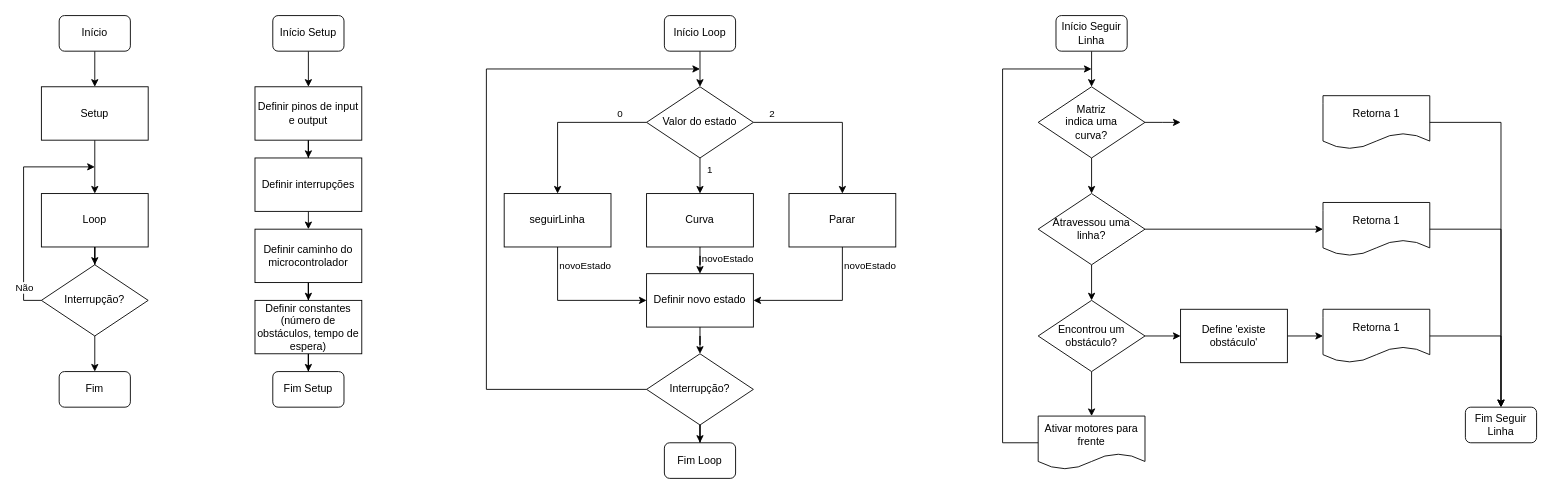
Before: GB/Fluxograma.drawio in Arthur-Fetter/unisinos-microcontroladores, a draw.io diagram. Source tidied: cells renumbered, new cells numbered last; positions are measured from the earlier drawing's top-left corner, leaving out a move shared by most shapes. Both pictures are drawn from the tidied source at 89%, with x=0, y=0 at pixel (23, 15).
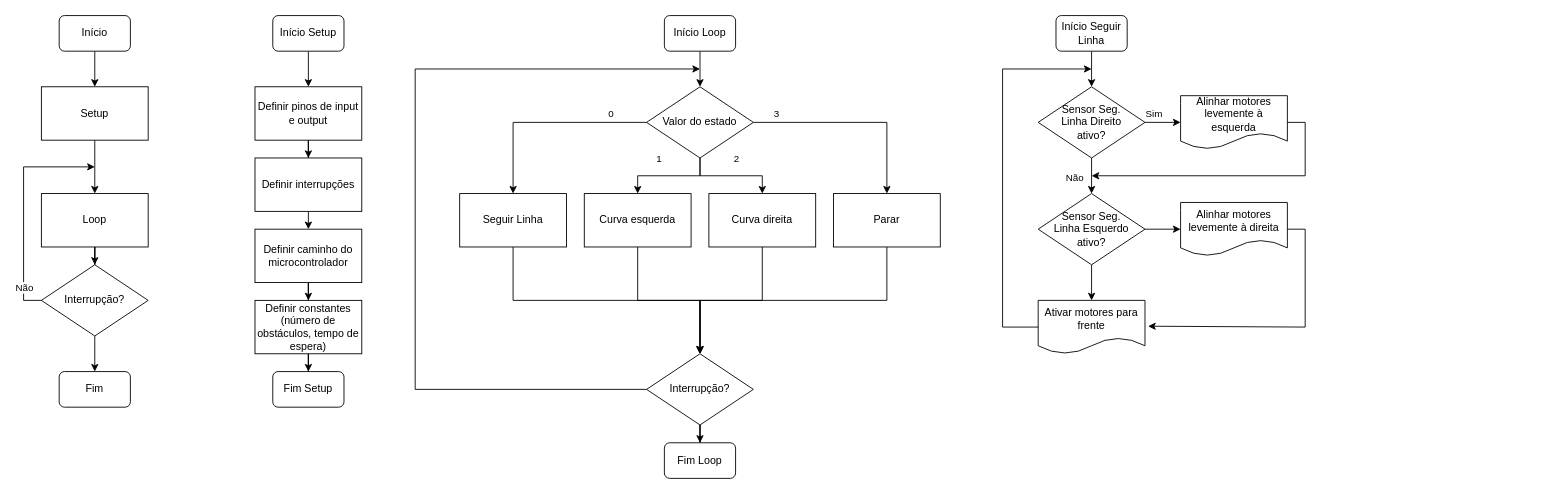
The same diagram, later.

The change refers to these unchanged cells:
```xml
<mxCell id="7" value="Loop" style="rounded=0;whiteSpace=wrap;html=1;" parent="1" vertex="1">
  <mxGeometry x="20" y="200" width="120" height="60" as="geometry" />
</mxCell>
<mxCell id="17" value="Definir interrupções" style="rounded=0;whiteSpace=wrap;html=1;" parent="1" vertex="1">
  <mxGeometry x="260" y="160" width="120" height="60" as="geometry" />
</mxCell>
<mxCell id="23" value="Valor do estado" style="rhombus;whiteSpace=wrap;html=1;" parent="1" vertex="1">
  <mxGeometry x="700" y="80" width="120" height="80" as="geometry" />
</mxCell>
<mxCell id="28" value="Fim" style="rounded=1;whiteSpace=wrap;html=1;" parent="1" vertex="1">
  <mxGeometry x="40" y="400" width="80" height="40" as="geometry" />
</mxCell>
```

Change to the diagram source:
```diff
@@
-    <mxCell id="6" style="edgeStyle=orthogonalEdgeStyle;rounded=0;jettySize=auto;html=1;" parent="1" edge="1" source="7" target="25">
-      <mxGeometry relative="1" as="geometry" />
-    </mxCell>
+    <mxCell id="70" style="edgeStyle=orthogonalEdgeStyle;rounded=0;jettySize=auto;html=1;" parent="1" edge="1" source="7" target="74">
+      <mxGeometry relative="1" as="geometry" />
+    </mxCell>
@@
-    <mxCell id="16" style="edgeStyle=orthogonalEdgeStyle;rounded=0;jettySize=auto;html=1;" parent="1" edge="1" source="17">
-      <mxGeometry relative="1" as="geometry">
-        <mxPoint x="320" y="240" as="targetPoint" />
-      </mxGeometry>
-    </mxCell>
+    <mxCell id="71" style="edgeStyle=orthogonalEdgeStyle;rounded=0;jettySize=auto;html=1;" parent="1" edge="1" source="17">
+      <mxGeometry relative="1" as="geometry">
+        <mxPoint x="320" y="240" as="targetPoint" />
+      </mxGeometry>
+    </mxCell>
@@
-    <mxCell id="21" style="edgeStyle=orthogonalEdgeStyle;rounded=0;jettySize=auto;html=1;" parent="1" edge="1" source="23" target="36">
-      <mxGeometry relative="1" as="geometry" />
-    </mxCell>
+    <mxCell id="72" style="edgeStyle=orthogonalEdgeStyle;rounded=0;jettySize=auto;html=1;" parent="1" edge="1" source="23" target="81">
+      <mxGeometry relative="1" as="geometry" />
+    </mxCell>
-    <mxCell id="22" value="1" style="edgeLabel;html=1;align=center;verticalAlign=middle;" parent="21" vertex="1">
+    <mxCell id="22" value="1" style="edgeLabel;html=1;align=center;verticalAlign=middle;" parent="72" vertex="1">
       <mxGeometry x="-0.41" relative="1" as="geometry">
-        <mxPoint x="10" as="offset" />
+        <mxPoint x="-35" y="-20" as="offset" />
       </mxGeometry>
     </mxCell>
@@
-    <mxCell id="24" style="edgeStyle=orthogonalEdgeStyle;rounded=0;jettySize=auto;html=1;" parent="1" edge="1" source="25" target="28">
-      <mxGeometry relative="1" as="geometry" />
-    </mxCell>
-    <mxCell id="25" value="Interrupção?" style="rhombus;whiteSpace=wrap;html=1;" parent="1" vertex="1">
-      <mxGeometry x="20" y="280" width="120" height="80" as="geometry" />
-    </mxCell>
-    <mxCell id="26" style="endArrow=classic;html=1;rounded=0;exitX=0;exitY=0.5;exitDx=0;exitDy=0;" parent="1" edge="1" source="25">
-      <mxGeometry relative="1" as="geometry">
-        <mxPoint x="80" y="170" as="targetPoint" />
-        <Array as="points">
-          <mxPoint y="320" />
-          <mxPoint y="170" />
-        </Array>
-      </mxGeometry>
-    </mxCell>
-    <mxCell id="27" value="Não" style="edgeLabel;html=1;align=center;verticalAlign=middle;" parent="26" vertex="1">
-      <mxGeometry x="-0.72" relative="1" as="geometry" />
-    </mxCell>
+    <mxCell id="73" style="edgeStyle=orthogonalEdgeStyle;rounded=0;jettySize=auto;html=1;" parent="1" edge="1" source="74" target="28">
+      <mxGeometry relative="1" as="geometry" />
+    </mxCell>
+    <mxCell id="74" value="Interrupção?" style="rhombus;whiteSpace=wrap;html=1;" parent="1" vertex="1">
+      <mxGeometry x="20" y="280" width="120" height="80" as="geometry" />
+    </mxCell>
+    <mxCell id="75" style="endArrow=classic;html=1;rounded=0;exitX=0;exitY=0.5;exitDx=0;exitDy=0;" parent="1" edge="1" source="74">
+      <mxGeometry relative="1" as="geometry">
+        <mxPoint x="80" y="170" as="targetPoint" />
+        <Array as="points">
+          <mxPoint y="320" />
+          <mxPoint y="170" />
+        </Array>
+      </mxGeometry>
+    </mxCell>
+    <mxCell id="76" value="Não" style="edgeLabel;html=1;align=center;verticalAlign=middle;" parent="75" vertex="1">
+      <mxGeometry x="-0.72" relative="1" as="geometry" />
+    </mxCell>
@@
-    <mxCell id="29" style="edgeStyle=orthogonalEdgeStyle;rounded=0;jettySize=auto;html=1;" parent="1" edge="1" source="30" target="46">
-      <mxGeometry relative="1" as="geometry" />
-    </mxCell>
-    <mxCell id="30" value="Interrupção?" style="rhombus;whiteSpace=wrap;html=1;" parent="1" vertex="1">
-      <mxGeometry x="700" y="380" width="120" height="80" as="geometry" />
-    </mxCell>
-    <mxCell id="31" value="seguirLinha" style="rounded=0;whiteSpace=wrap;html=1;" parent="1" vertex="1">
-      <mxGeometry x="540" y="200" width="120" height="60" as="geometry" />
-    </mxCell>
-    <mxCell id="32" style="endArrow=classic;html=1;rounded=0;exitX=0;exitY=0.5;exitDx=0;exitDy=0;entryX=0.5;entryY=0;entryDx=0;entryDy=0;" parent="1" edge="1" source="23" target="31">
-      <mxGeometry relative="1" as="geometry">
-        <Array as="points">
-          <mxPoint x="600" y="120" />
-        </Array>
-      </mxGeometry>
-    </mxCell>
+    <mxCell id="77" style="edgeStyle=orthogonalEdgeStyle;rounded=0;jettySize=auto;html=1;" parent="1" edge="1" source="78" target="46">
+      <mxGeometry relative="1" as="geometry" />
+    </mxCell>
+    <mxCell id="78" value="Interrupção?" style="rhombus;whiteSpace=wrap;html=1;" parent="1" vertex="1">
+      <mxGeometry x="700" y="380" width="120" height="80" as="geometry" />
+    </mxCell>
+    <mxCell id="79" value="Seguir Linha" style="rounded=0;whiteSpace=wrap;html=1;" parent="1" vertex="1">
+      <mxGeometry x="490" y="200" width="120" height="60" as="geometry" />
+    </mxCell>
+    <mxCell id="80" style="endArrow=classic;html=1;rounded=0;exitX=0;exitY=0.5;exitDx=0;exitDy=0;entryX=0.5;entryY=0;entryDx=0;entryDy=0;" parent="1" edge="1" source="23" target="79">
+      <mxGeometry relative="1" as="geometry">
+        <Array as="points">
+          <mxPoint x="550" y="120" />
+        </Array>
+      </mxGeometry>
+    </mxCell>
-    <mxCell id="33" value="0" style="edgeLabel;html=1;align=center;verticalAlign=middle;" parent="32" vertex="1">
+    <mxCell id="33" value="0" style="edgeLabel;html=1;align=center;verticalAlign=middle;" parent="80" vertex="1">
       <mxGeometry x="-0.63" y="4" relative="1" as="geometry">
         <mxPoint x="2" y="-14" as="offset" />
       </mxGeometry>
     </mxCell>
-    <mxCell id="34" style="edgeStyle=orthogonalEdgeStyle;rounded=0;jettySize=auto;html=1;" parent="1" edge="1" source="36" target="41">
-      <mxGeometry relative="1" as="geometry" />
-    </mxCell>
-    <mxCell id="35" value="novoEstado" style="edgeLabel;html=1;align=center;verticalAlign=middle;" parent="34" vertex="1">
-      <mxGeometry x="0.29" relative="1" as="geometry">
-        <mxPoint x="30" as="offset" />
-      </mxGeometry>
-    </mxCell>
-    <mxCell id="36" value="Curva" style="rounded=0;whiteSpace=wrap;html=1;" parent="1" vertex="1">
-      <mxGeometry x="700" y="200" width="120" height="60" as="geometry" />
-    </mxCell>
+    <mxCell id="81" value="Curva esquerda" style="rounded=0;whiteSpace=wrap;html=1;" parent="1" vertex="1">
+      <mxGeometry x="630" y="200" width="120" height="60" as="geometry" />
+    </mxCell>
     <mxCell id="37" value="Parar" style="rounded=0;whiteSpace=wrap;html=1;" parent="1" vertex="1">
-      <mxGeometry x="860" y="200" width="120" height="60" as="geometry" />
+      <mxGeometry x="910" y="200" width="120" height="60" as="geometry" />
     </mxCell>
     <mxCell id="38" style="endArrow=classic;html=1;rounded=0;exitX=1;exitY=0.5;exitDx=0;exitDy=0;entryX=0.5;entryY=0;entryDx=0;entryDy=0;" parent="1" edge="1" source="23" target="37">
       <mxGeometry relative="1" as="geometry">
         <Array as="points">
-          <mxPoint x="920" y="120" />
+          <mxPoint x="970" y="120" />
         </Array>
       </mxGeometry>
     </mxCell>
+    <mxCell id="82" value="3" style="edgeLabel;html=1;align=center;verticalAlign=middle;" parent="38" vertex="1">
+      <mxGeometry x="-0.78" y="-1" relative="1" as="geometry">
+        <mxPoint y="-11" as="offset" />
+      </mxGeometry>
+    </mxCell>
+    <mxCell id="83" style="endArrow=classic;html=1;rounded=0;exitX=0.5;exitY=1;exitDx=0;exitDy=0;entryX=0.5;entryY=0;entryDx=0;entryDy=0;" parent="1" edge="1" source="79" target="78">
+      <mxGeometry relative="1" as="geometry">
+        <Array as="points">
+          <mxPoint x="550" y="320" />
+          <mxPoint x="760" y="320" />
+        </Array>
+      </mxGeometry>
+    </mxCell>
+    <mxCell id="84" style="endArrow=classic;html=1;rounded=0;exitX=0.5;exitY=1;exitDx=0;exitDy=0;entryX=0.5;entryY=0;entryDx=0;entryDy=0;" parent="1" edge="1" source="37" target="78">
+      <mxGeometry relative="1" as="geometry">
+        <Array as="points">
+          <mxPoint x="970" y="320" />
+          <mxPoint x="760" y="320" />
+        </Array>
+      </mxGeometry>
+    </mxCell>
+    <mxCell id="46" value="Fim Loop" style="rounded=1;whiteSpace=wrap;html=1;" parent="1" vertex="1">
+      <mxGeometry x="720" y="480" width="80" height="40" as="geometry" />
+    </mxCell>
+    <mxCell id="85" style="endArrow=classic;html=1;rounded=0;exitX=0;exitY=0.5;exitDx=0;exitDy=0;" parent="1" edge="1" source="78">
+      <mxGeometry relative="1" as="geometry">
+        <mxPoint x="760" y="60" as="targetPoint" />
+        <Array as="points">
+          <mxPoint x="440" y="420" />
+          <mxPoint x="440" y="60" />
+        </Array>
+      </mxGeometry>
+    </mxCell>
+    <mxCell id="86" style="edgeStyle=orthogonalEdgeStyle;rounded=0;jettySize=auto;html=1;" parent="1" edge="1" source="49">
+      <mxGeometry relative="1" as="geometry">
+        <mxPoint x="1200" y="80" as="targetPoint" />
+      </mxGeometry>
+    </mxCell>
+    <mxCell id="49" value="Início Seguir Linha" style="rounded=1;whiteSpace=wrap;html=1;" parent="1" vertex="1">
+      <mxGeometry x="1160" width="80" height="40" as="geometry" />
+    </mxCell>
+    <mxCell id="58" value="Ativar motores para frente" style="shape=document;whiteSpace=wrap;html=1;boundedLbl=1;" parent="1" vertex="1">
+      <mxGeometry x="1140" y="320" width="120" height="60" as="geometry" />
+    </mxCell>
+    <mxCell id="87" style="endArrow=classic;html=1;rounded=0;exitX=0;exitY=0.5;exitDx=0;exitDy=0;" parent="1" edge="1" source="58">
+      <mxGeometry relative="1" as="geometry">
+        <mxPoint x="1200" y="60" as="targetPoint" />
+        <Array as="points">
+          <mxPoint x="1100" y="350" />
+          <mxPoint x="1100" y="60" />
+        </Array>
+      </mxGeometry>
+    </mxCell>
+    <mxCell id="88" style="edgeStyle=orthogonalEdgeStyle;rounded=0;jettySize=auto;html=1;exitX=0.5;exitY=1;exitDx=0;exitDy=0;" parent="1" edge="1" source="100" target="58">
+      <mxGeometry relative="1" as="geometry" />
+    </mxCell>
+    <mxCell id="89" value="Curva direita" style="rounded=0;whiteSpace=wrap;html=1;" parent="1" vertex="1">
+      <mxGeometry x="770" y="200" width="120" height="60" as="geometry" />
+    </mxCell>
+    <mxCell id="90" style="endArrow=classic;html=1;rounded=0;exitX=0.5;exitY=1;exitDx=0;exitDy=0;entryX=0.5;entryY=0;entryDx=0;entryDy=0;" parent="1" edge="1" source="23" target="89">
+      <mxGeometry relative="1" as="geometry">
+        <Array as="points">
+          <mxPoint x="760" y="180" />
+          <mxPoint x="830" y="180" />
+        </Array>
+      </mxGeometry>
+    </mxCell>
-    <mxCell id="39" value="2" style="edgeLabel;html=1;align=center;verticalAlign=middle;" parent="38" vertex="1">
-      <mxGeometry x="-0.78" y="-1" relative="1" as="geometry">
-        <mxPoint y="-11" as="offset" />
+    <mxCell id="39" value="2" style="edgeLabel;html=1;align=center;verticalAlign=middle;" parent="90" vertex="1">
+      <mxGeometry x="0.14" relative="1" as="geometry">
+        <mxPoint x="-3" y="-20" as="offset" />
       </mxGeometry>
     </mxCell>
-    <mxCell id="40" style="edgeStyle=orthogonalEdgeStyle;rounded=0;jettySize=auto;html=1;" parent="1" edge="1" source="41" target="30">
-      <mxGeometry relative="1" as="geometry" />
-    </mxCell>
-    <mxCell id="41" value="Definir novo estado" style="rounded=0;whiteSpace=wrap;html=1;" parent="1" vertex="1">
-      <mxGeometry x="700" y="290" width="120" height="60" as="geometry" />
-    </mxCell>
-    <mxCell id="42" style="endArrow=classic;html=1;rounded=0;exitX=0.5;exitY=1;exitDx=0;exitDy=0;entryX=0;entryY=0.5;entryDx=0;entryDy=0;" parent="1" edge="1" source="31" target="41">
-      <mxGeometry relative="1" as="geometry">
-        <Array as="points">
-          <mxPoint x="600" y="320" />
-        </Array>
-      </mxGeometry>
-    </mxCell>
-    <mxCell id="43" value="novoEstado" style="edgeLabel;html=1;align=center;verticalAlign=middle;" parent="42" vertex="1">
-      <mxGeometry x="-0.79" relative="1" as="geometry">
-        <mxPoint x="30" y="3" as="offset" />
-      </mxGeometry>
-    </mxCell>
-    <mxCell id="44" style="endArrow=classic;html=1;rounded=0;exitX=0.5;exitY=1;exitDx=0;exitDy=0;entryX=1;entryY=0.5;entryDx=0;entryDy=0;" parent="1" edge="1" source="37" target="41">
-      <mxGeometry relative="1" as="geometry">
-        <Array as="points">
-          <mxPoint x="920" y="320" />
-        </Array>
-      </mxGeometry>
-    </mxCell>
-    <mxCell id="45" value="novoEstado" style="edgeLabel;html=1;align=center;verticalAlign=middle;" parent="44" vertex="1">
-      <mxGeometry x="-0.84" relative="1" as="geometry">
-        <mxPoint x="30" y="7" as="offset" />
-      </mxGeometry>
-    </mxCell>
-    <mxCell id="46" value="Fim Loop" style="rounded=1;whiteSpace=wrap;html=1;" parent="1" vertex="1">
-      <mxGeometry x="720" y="480" width="80" height="40" as="geometry" />
-    </mxCell>
-    <mxCell id="47" style="endArrow=classic;html=1;rounded=0;exitX=0;exitY=0.5;exitDx=0;exitDy=0;" parent="1" edge="1" source="30">
-      <mxGeometry relative="1" as="geometry">
-        <mxPoint x="760" y="60" as="targetPoint" />
-        <Array as="points">
-          <mxPoint x="520" y="420" />
-          <mxPoint x="520" y="60" />
-        </Array>
-      </mxGeometry>
-    </mxCell>
-    <mxCell id="48" style="edgeStyle=orthogonalEdgeStyle;rounded=0;jettySize=auto;html=1;" parent="1" edge="1" source="49" target="52">
-      <mxGeometry relative="1" as="geometry" />
-    </mxCell>
-    <mxCell id="49" value="Início Seguir Linha" style="rounded=1;whiteSpace=wrap;html=1;" parent="1" vertex="1">
-      <mxGeometry x="1160" width="80" height="40" as="geometry" />
-    </mxCell>
-    <mxCell id="50" style="edgeStyle=orthogonalEdgeStyle;rounded=0;jettySize=auto;html=1;" parent="1" edge="1" source="52">
-      <mxGeometry relative="1" as="geometry">
-        <mxPoint x="1300" y="120" as="targetPoint" />
-      </mxGeometry>
-    </mxCell>
-    <mxCell id="51" style="edgeStyle=orthogonalEdgeStyle;rounded=0;jettySize=auto;html=1;" parent="1" edge="1" source="52" target="56">
-      <mxGeometry relative="1" as="geometry" />
-    </mxCell>
-    <mxCell id="52" value="Matriz&lt;div&gt;indica uma&lt;/div&gt;&lt;div&gt;curva?&lt;/div&gt;" style="rhombus;whiteSpace=wrap;html=1;" parent="1" vertex="1">
-      <mxGeometry x="1140" y="80" width="120" height="80" as="geometry" />
-    </mxCell>
-    <mxCell id="53" value="Retorna 1" style="shape=document;whiteSpace=wrap;html=1;boundedLbl=1;" parent="1" vertex="1">
-      <mxGeometry x="1460" y="90" width="120" height="60" as="geometry" />
-    </mxCell>
-    <mxCell id="54" style="edgeStyle=orthogonalEdgeStyle;rounded=0;jettySize=auto;html=1;" parent="1" edge="1" source="56" target="57">
-      <mxGeometry relative="1" as="geometry" />
-    </mxCell>
-    <mxCell id="55" style="edgeStyle=orthogonalEdgeStyle;rounded=0;jettySize=auto;html=1;" parent="1" edge="1" source="56" target="65">
-      <mxGeometry relative="1" as="geometry" />
-    </mxCell>
-    <mxCell id="56" value="Atravessou uma linha?" style="rhombus;whiteSpace=wrap;html=1;" parent="1" vertex="1">
-      <mxGeometry x="1140" y="200" width="120" height="80" as="geometry" />
-    </mxCell>
-    <mxCell id="57" value="Retorna 1" style="shape=document;whiteSpace=wrap;html=1;boundedLbl=1;" parent="1" vertex="1">
-      <mxGeometry x="1460" y="210" width="120" height="60" as="geometry" />
-    </mxCell>
-    <mxCell id="58" value="Ativar motores para frente" style="shape=document;whiteSpace=wrap;html=1;boundedLbl=1;" parent="1" vertex="1">
-      <mxGeometry x="1140" y="450" width="120" height="60" as="geometry" />
-    </mxCell>
-    <mxCell id="59" style="endArrow=classic;html=1;rounded=0;exitX=0;exitY=0.5;exitDx=0;exitDy=0;" parent="1" edge="1" source="58">
-      <mxGeometry relative="1" as="geometry">
-        <mxPoint x="1200" y="60" as="targetPoint" />
-        <Array as="points">
-          <mxPoint x="1100" y="480" />
-          <mxPoint x="1100" y="60" />
-        </Array>
-      </mxGeometry>
-    </mxCell>
-    <mxCell id="60" value="Fim Seguir Linha" style="rounded=1;whiteSpace=wrap;html=1;" parent="1" vertex="1">
-      <mxGeometry x="1620" y="440" width="80" height="40" as="geometry" />
-    </mxCell>
-    <mxCell id="61" style="endArrow=classic;html=1;rounded=0;exitX=1;exitY=0.5;exitDx=0;exitDy=0;entryX=0.5;entryY=0;entryDx=0;entryDy=0;" parent="1" edge="1" source="57" target="60">
-      <mxGeometry relative="1" as="geometry">
-        <Array as="points">
-          <mxPoint x="1660" y="240" />
-        </Array>
-      </mxGeometry>
-    </mxCell>
-    <mxCell id="62" style="endArrow=classic;html=1;rounded=0;exitX=1;exitY=0.5;exitDx=0;exitDy=0;entryX=0.5;entryY=0;entryDx=0;entryDy=0;" parent="1" edge="1" source="53" target="60">
-      <mxGeometry relative="1" as="geometry">
-        <Array as="points">
-          <mxPoint x="1660" y="120" />
-        </Array>
-      </mxGeometry>
-    </mxCell>
-    <mxCell id="63" style="edgeStyle=orthogonalEdgeStyle;rounded=0;jettySize=auto;html=1;" parent="1" edge="1" source="65" target="58">
-      <mxGeometry relative="1" as="geometry" />
-    </mxCell>
-    <mxCell id="64" style="edgeStyle=orthogonalEdgeStyle;rounded=0;jettySize=auto;html=1;" parent="1" edge="1" source="65" target="68">
-      <mxGeometry relative="1" as="geometry" />
-    </mxCell>
-    <mxCell id="65" value="Encontrou um obstáculo?" style="rhombus;whiteSpace=wrap;html=1;" parent="1" vertex="1">
-      <mxGeometry x="1140" y="320" width="120" height="80" as="geometry" />
-    </mxCell>
-    <mxCell id="66" value="Retorna 1" style="shape=document;whiteSpace=wrap;html=1;boundedLbl=1;" parent="1" vertex="1">
-      <mxGeometry x="1460" y="330" width="120" height="60" as="geometry" />
-    </mxCell>
-    <mxCell id="67" style="edgeStyle=orthogonalEdgeStyle;rounded=0;jettySize=auto;html=1;" parent="1" edge="1" source="68" target="66">
-      <mxGeometry relative="1" as="geometry" />
-    </mxCell>
-    <mxCell id="68" value="Define 'existe obstáculo'" style="rounded=0;whiteSpace=wrap;html=1;" parent="1" vertex="1">
-      <mxGeometry x="1300" y="330" width="120" height="60" as="geometry" />
-    </mxCell>
-    <mxCell id="69" style="endArrow=classic;html=1;rounded=0;exitX=1;exitY=0.5;exitDx=0;exitDy=0;" parent="1" edge="1" source="66">
-      <mxGeometry relative="1" as="geometry">
-        <mxPoint x="1660" y="440" as="targetPoint" />
-        <Array as="points">
-          <mxPoint x="1660" y="360" />
-        </Array>
-      </mxGeometry>
-    </mxCell>
+    <mxCell id="91" style="endArrow=classic;html=1;rounded=0;exitX=0.5;exitY=1;exitDx=0;exitDy=0;entryX=0.5;entryY=0;entryDx=0;entryDy=0;" parent="1" edge="1" source="81" target="78">
+      <mxGeometry relative="1" as="geometry">
+        <Array as="points">
+          <mxPoint x="690" y="320" />
+          <mxPoint x="760" y="320" />
+        </Array>
+      </mxGeometry>
+    </mxCell>
+    <mxCell id="92" style="endArrow=classic;html=1;rounded=0;exitX=0.5;exitY=1;exitDx=0;exitDy=0;entryX=0.5;entryY=0;entryDx=0;entryDy=0;" parent="1" edge="1" source="89" target="78">
+      <mxGeometry relative="1" as="geometry">
+        <Array as="points">
+          <mxPoint x="830" y="320" />
+          <mxPoint x="760" y="320" />
+        </Array>
+      </mxGeometry>
+    </mxCell>
+    <mxCell id="93" style="edgeStyle=orthogonalEdgeStyle;rounded=0;jettySize=auto;html=1;" parent="1" edge="1" source="97" target="98">
+      <mxGeometry relative="1" as="geometry" />
+    </mxCell>
+    <mxCell id="94" value="Sim" style="edgeLabel;html=1;align=center;verticalAlign=middle;" parent="93" vertex="1">
+      <mxGeometry x="-0.57" y="-1" relative="1" as="geometry">
+        <mxPoint y="-11" as="offset" />
+      </mxGeometry>
+    </mxCell>
+    <mxCell id="95" style="edgeStyle=orthogonalEdgeStyle;rounded=0;jettySize=auto;html=1;" parent="1" edge="1" source="97" target="100">
+      <mxGeometry relative="1" as="geometry" />
+    </mxCell>
+    <mxCell id="96" value="Não" style="edgeLabel;html=1;align=center;verticalAlign=middle;" parent="95" vertex="1">
+      <mxGeometry x="-0.62" y="-1" relative="1" as="geometry">
+        <mxPoint x="-19" y="13" as="offset" />
+      </mxGeometry>
+    </mxCell>
+    <mxCell id="97" value="Sensor Seg.&lt;div&gt;Linha Direito&lt;/div&gt;&lt;div&gt;ativo?&lt;/div&gt;" style="rhombus;whiteSpace=wrap;html=1;" parent="1" vertex="1">
+      <mxGeometry x="1140" y="80" width="120" height="80" as="geometry" />
+    </mxCell>
+    <mxCell id="98" value="Alinhar motores levemente à esquerda" style="shape=document;whiteSpace=wrap;html=1;boundedLbl=1;" parent="1" vertex="1">
+      <mxGeometry x="1300" y="90" width="120" height="60" as="geometry" />
+    </mxCell>
+    <mxCell id="99" style="edgeStyle=orthogonalEdgeStyle;rounded=0;jettySize=auto;html=1;" parent="1" edge="1" source="100" target="102">
+      <mxGeometry relative="1" as="geometry" />
+    </mxCell>
+    <mxCell id="100" value="Sensor Seg.&lt;div&gt;Linha Esquerdo ativo?&lt;/div&gt;" style="rhombus;whiteSpace=wrap;html=1;" parent="1" vertex="1">
+      <mxGeometry x="1140" y="200" width="120" height="80" as="geometry" />
+    </mxCell>
+    <mxCell id="101" style="endArrow=classic;html=1;rounded=0;exitX=1;exitY=0.5;exitDx=0;exitDy=0;" parent="1" edge="1" source="98">
+      <mxGeometry relative="1" as="geometry">
+        <mxPoint x="1200" y="180" as="targetPoint" />
+        <Array as="points">
+          <mxPoint x="1440" y="120" />
+          <mxPoint x="1440" y="180" />
+        </Array>
+      </mxGeometry>
+    </mxCell>
+    <mxCell id="102" value="Alinhar motores levemente à direita" style="shape=document;whiteSpace=wrap;html=1;boundedLbl=1;" parent="1" vertex="1">
+      <mxGeometry x="1300" y="210" width="120" height="60" as="geometry" />
+    </mxCell>
+    <mxCell id="103" style="endArrow=classic;html=1;rounded=0;exitX=1;exitY=0.5;exitDx=0;exitDy=0;entryX=1.029;entryY=0.484;entryDx=0;entryDy=0;entryPerimeter=0;" parent="1" edge="1" source="102" target="58">
+      <mxGeometry relative="1" as="geometry">
+        <Array as="points">
+          <mxPoint x="1440" y="240" />
+          <mxPoint x="1440" y="350" />
+        </Array>
+      </mxGeometry>
+    </mxCell>
```
